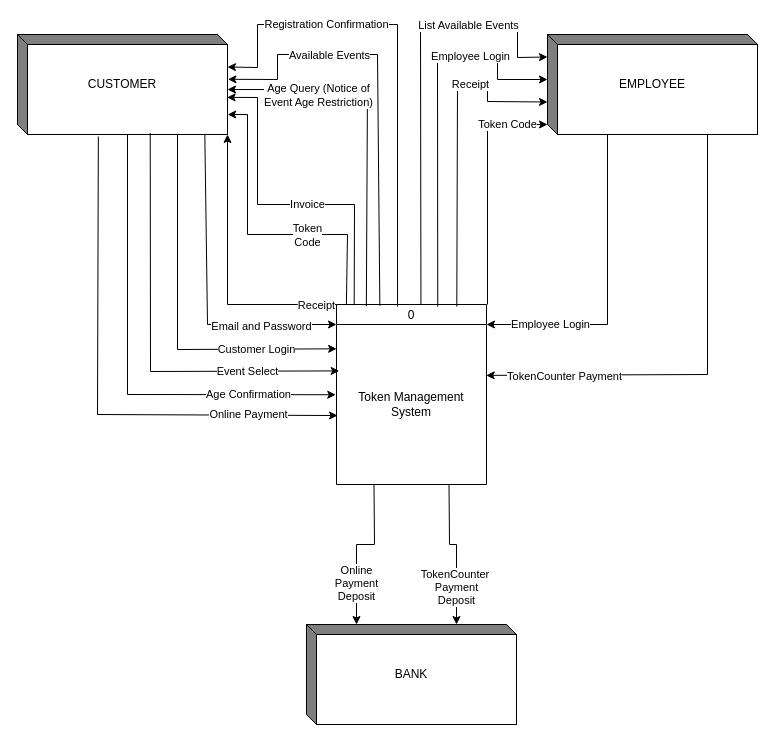
The draw.io diagram Context Diagram.drawio in JussSelenite/JussSelenite, before the edit. Source tidied: cells renumbered, new cells numbered last; positions are measured from the earlier drawing's top-left corner, leaving out a move shared by most shapes. Both pictures are drawn from the tidied source at 100%, with x=0, y=0 at pixel (17, 24).
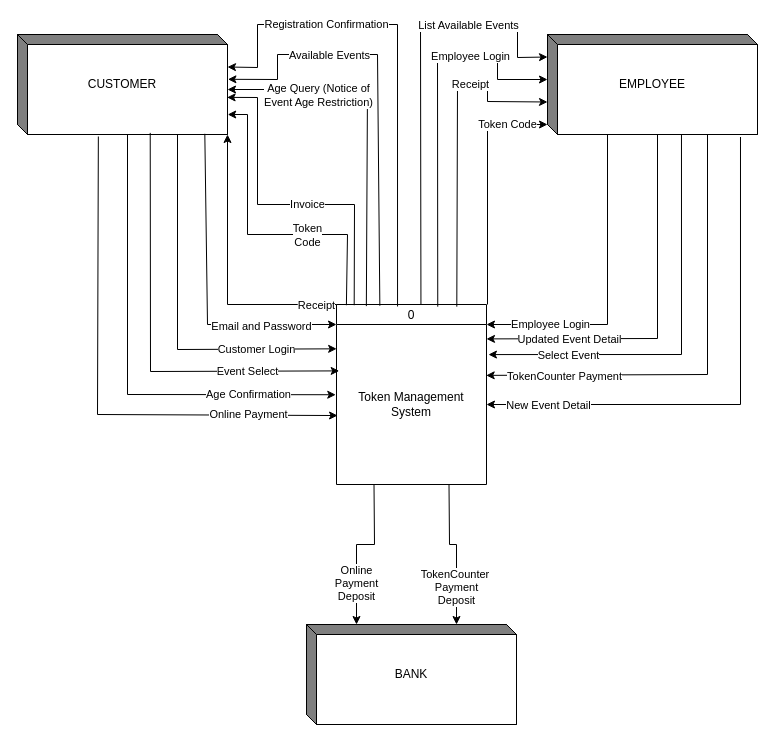
The same page after the edit.

Unchanged cells that the change refers to:
```xml
<mxCell id="3" value="Token Management System" style="text;html=1;strokeColor=none;fillColor=none;align=center;verticalAlign=middle;whiteSpace=wrap;rounded=0;" parent="2" vertex="1">
  <mxGeometry y="20" width="150" height="160" as="geometry" />
</mxCell>
<mxCell id="6" value="EMPLOYEE" style="html=1;dashed=0;whiteSpace=wrap;shape=mxgraph.dfd.externalEntity;" parent="1" vertex="1">
  <mxGeometry x="530" y="10" width="210" height="100" as="geometry" />
</mxCell>
```

What changed in the source:
```diff
@@
+    <mxCell id="45" style="endArrow=classic;html=1;rounded=0;entryX=1.013;entryY=0.188;entryDx=0;entryDy=0;entryPerimeter=0;exitX=0.638;exitY=1;exitDx=0;exitDy=0;exitPerimeter=0;" parent="1" edge="1" source="6" target="3">
+      <mxGeometry relative="1" as="geometry">
+        <Array as="points">
+          <mxPoint x="664" y="330" />
+        </Array>
+      </mxGeometry>
+    </mxCell>
+    <mxCell id="46" value="Select Event" style="edgeLabel;html=1;align=center;verticalAlign=middle;" parent="45" vertex="1">
+      <mxGeometry x="0.54" relative="1" as="geometry">
+        <mxPoint x="-16" as="offset" />
+      </mxGeometry>
+    </mxCell>
+    <mxCell id="47" style="endArrow=classic;html=1;rounded=0;entryX=1;entryY=0.5;entryDx=0;entryDy=0;exitX=0.919;exitY=1.025;exitDx=0;exitDy=0;exitPerimeter=0;" parent="1" edge="1" source="6" target="3">
+      <mxGeometry relative="1" as="geometry">
+        <Array as="points">
+          <mxPoint x="723" y="380" />
+        </Array>
+      </mxGeometry>
+    </mxCell>
+    <mxCell id="48" value="New Event Detail" style="edgeLabel;html=1;align=center;verticalAlign=middle;" parent="47" vertex="1">
+      <mxGeometry x="0.52" y="-1" relative="1" as="geometry">
+        <mxPoint x="-64" y="1" as="offset" />
+      </mxGeometry>
+    </mxCell>
+    <mxCell id="49" style="endArrow=classic;html=1;rounded=0;entryX=1;entryY=0.09;entryDx=0;entryDy=0;entryPerimeter=0;exitX=0;exitY=0;exitDx=110;exitDy=100;exitPerimeter=0;" parent="1" edge="1" source="6" target="3">
+      <mxGeometry relative="1" as="geometry">
+        <Array as="points">
+          <mxPoint x="640" y="314" />
+        </Array>
+      </mxGeometry>
+    </mxCell>
+    <mxCell id="50" value="Updated Event Detail" style="edgeLabel;html=1;align=center;verticalAlign=middle;" parent="49" vertex="1">
+      <mxGeometry x="0.56" relative="1" as="geometry" />
+    </mxCell>
```
